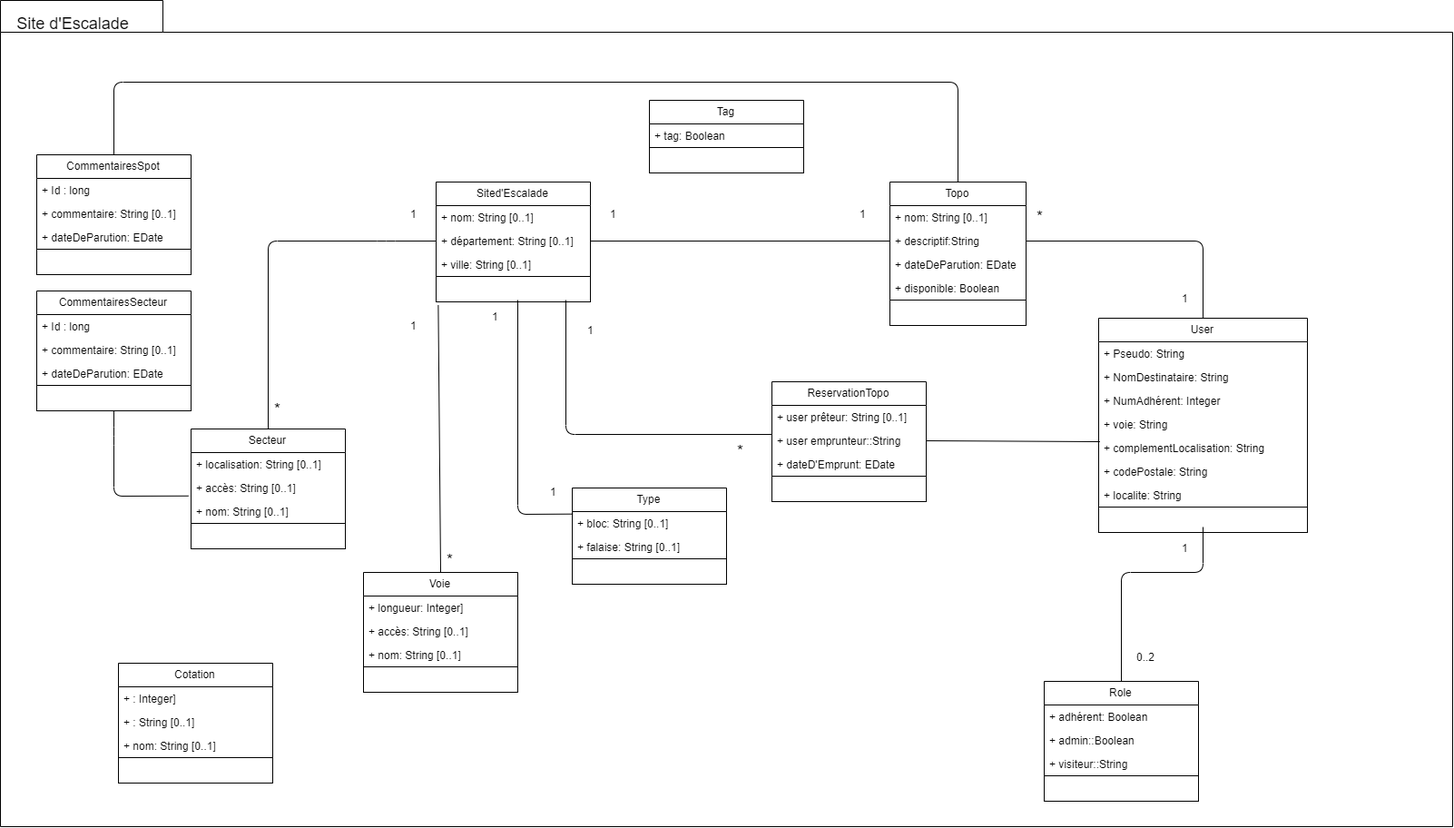
touil2019/projet6 keeps this draw.io diagram as Diagramme de classe projet 6.png. Above is the earlier version. Source tidied: cells renumbered, new cells last; positions are measured from the earlier drawing's top-left corner, leaving out a move shared by most shapes.
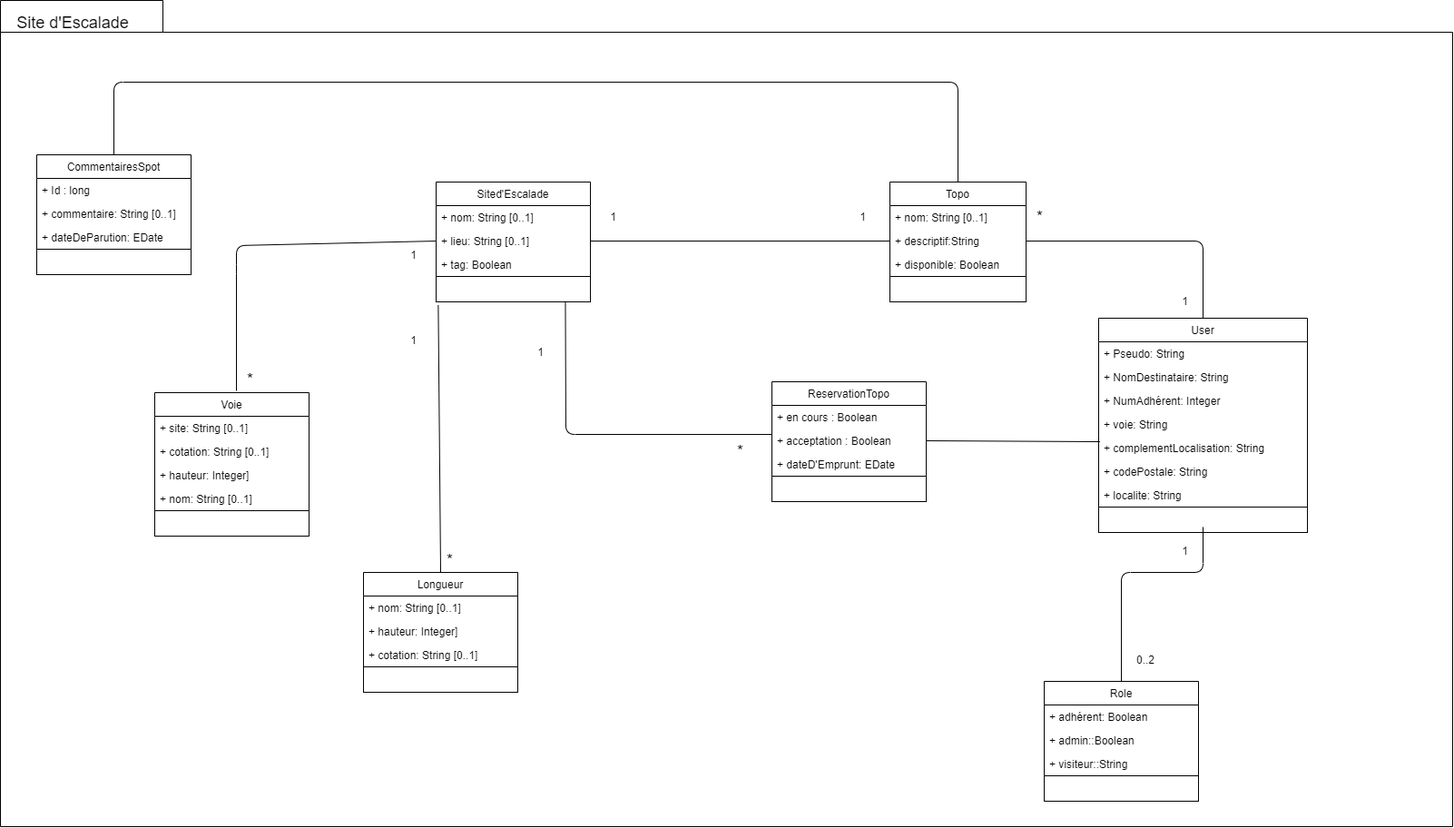
After the commit.

What changed in the source:
```diff
@@ -8,3 +8,3 @@
     <mxCell id="3" value="Topo" style="swimlane;fontStyle=0;horizontal=1;startSize=26;fillColor=none;" parent="1" vertex="1">
-      <mxGeometry x="980" y="200" width="150" height="158" as="geometry" />
+      <mxGeometry x="980" y="200" width="150" height="132" as="geometry" />
     </mxCell>
@@ -16,10 +16,7 @@
     </mxCell>
-    <mxCell id="6" value="+ dateDeParution: EDate" style="text;strokeColor=none;fillColor=none;align=left;verticalAlign=top;spacingLeft=4;spacingRight=4;overflow=hidden;" parent="3" vertex="1">
-      <mxGeometry y="78" width="150" height="26" as="geometry" />
-    </mxCell>
     <mxCell id="7" value="+ disponible: Boolean" style="text;strokeColor=none;fillColor=none;align=left;verticalAlign=top;spacingLeft=4;spacingRight=4;overflow=hidden;" parent="3" vertex="1">
-      <mxGeometry y="104" width="150" height="26" as="geometry" />
+      <mxGeometry y="78" width="150" height="26" as="geometry" />
     </mxCell>
     <mxCell id="8" style="rounded=0;whiteSpace=wrap;html=1;" parent="3" vertex="1">
-      <mxGeometry y="130" width="150" height="28" as="geometry" />
+      <mxGeometry y="104" width="150" height="28" as="geometry" />
     </mxCell>
@@ -61,8 +58,8 @@
     </mxCell>
-    <mxCell id="21" value="+ département: String [0..1]" style="text;strokeColor=none;fillColor=none;align=left;verticalAlign=top;spacingLeft=4;spacingRight=4;overflow=hidden;points=[[0,0.5],[1,0.5]];portConstraint=eastwest;" parent="19" vertex="1">
-      <mxGeometry y="52" width="170" height="26" as="geometry" />
-    </mxCell>
-    <mxCell id="22" value="+ ville: String [0..1]" style="text;strokeColor=none;fillColor=none;align=left;verticalAlign=top;spacingLeft=4;spacingRight=4;overflow=hidden;points=[[0,0.5],[1,0.5]];portConstraint=eastwest;" parent="19" vertex="1">
-      <mxGeometry y="78" width="170" height="26" as="geometry" />
+    <mxCell id="22" value="+ lieu: String [0..1]" style="text;strokeColor=none;fillColor=none;align=left;verticalAlign=top;spacingLeft=4;spacingRight=4;overflow=hidden;points=[[0,0.5],[1,0.5]];portConstraint=eastwest;" parent="19" vertex="1">
+      <mxGeometry y="52" width="170" height="26" as="geometry" />
     </mxCell>
+    <mxCell id="88" value="+ tag: Boolean" style="text;strokeColor=none;fillColor=none;align=left;verticalAlign=top;spacingLeft=4;spacingRight=4;overflow=hidden;" parent="19" vertex="1">
+      <mxGeometry y="78" width="170" height="26" as="geometry" />
+    </mxCell>
     <mxCell id="23" style="rounded=0;whiteSpace=wrap;html=1;" parent="19" vertex="1">
@@ -73,8 +70,8 @@
     </mxCell>
-    <mxCell id="25" value="+ user prêteur: String [0..1]" style="text;strokeColor=none;fillColor=none;align=left;verticalAlign=top;spacingLeft=4;spacingRight=4;overflow=hidden;" parent="24" vertex="1">
+    <mxCell id="25" value="+ en cours : Boolean" style="text;strokeColor=none;fillColor=none;align=left;verticalAlign=top;spacingLeft=4;spacingRight=4;overflow=hidden;" parent="24" vertex="1">
       <mxGeometry y="26" width="170" height="26" as="geometry" />
     </mxCell>
-    <mxCell id="26" value="+ user emprunteur::String" style="text;strokeColor=none;fillColor=none;align=left;verticalAlign=top;spacingLeft=4;spacingRight=4;overflow=hidden;points=[[0,0.5],[1,0.5]];portConstraint=eastwest;" parent="24" vertex="1">
-      <mxGeometry y="52" width="170" height="26" as="geometry" />
-    </mxCell>
+    <mxCell id="90" value="+ acceptation : Boolean" style="text;strokeColor=none;fillColor=none;align=left;verticalAlign=top;spacingLeft=4;spacingRight=4;overflow=hidden;" parent="24" vertex="1">
+      <mxGeometry y="52" width="170" height="26" as="geometry" />
+    </mxCell>
     <mxCell id="27" value="+ dateD'Emprunt: EDate" style="text;strokeColor=none;fillColor=none;align=left;verticalAlign=top;spacingLeft=4;spacingRight=4;overflow=hidden;" parent="24" vertex="1">
@@ -85,29 +82,14 @@
     </mxCell>
-    <mxCell id="29" value="Secteur" style="swimlane;fontStyle=0;horizontal=1;startSize=26;fillColor=none;" parent="1" vertex="1">
-      <mxGeometry x="210" y="472" width="170" height="132" as="geometry" />
-    </mxCell>
-    <mxCell id="30" value="+ localisation: String [0..1]" style="text;strokeColor=none;fillColor=none;align=left;verticalAlign=top;spacingLeft=4;spacingRight=4;overflow=hidden;" parent="29" vertex="1">
-      <mxGeometry y="26" width="170" height="26" as="geometry" />
-    </mxCell>
-    <mxCell id="31" value="+ accès: String [0..1]" style="text;strokeColor=none;fillColor=none;align=left;verticalAlign=top;spacingLeft=4;spacingRight=4;overflow=hidden;points=[[0,0.5],[1,0.5]];portConstraint=eastwest;" parent="29" vertex="1">
-      <mxGeometry y="52" width="170" height="26" as="geometry" />
-    </mxCell>
-    <mxCell id="32" value="+ nom: String [0..1]" style="text;strokeColor=none;fillColor=none;align=left;verticalAlign=top;spacingLeft=4;spacingRight=4;overflow=hidden;" parent="29" vertex="1">
-      <mxGeometry y="78" width="170" height="26" as="geometry" />
-    </mxCell>
-    <mxCell id="33" style="rounded=0;whiteSpace=wrap;html=1;" parent="29" vertex="1">
-      <mxGeometry y="104" width="170" height="28" as="geometry" />
-    </mxCell>
-    <mxCell id="34" value="Voie" style="swimlane;fontStyle=0;horizontal=1;startSize=26;fillColor=none;" parent="1" vertex="1">
+    <mxCell id="34" value="Longueur" style="swimlane;fontStyle=0;horizontal=1;startSize=26;fillColor=none;" parent="1" vertex="1">
       <mxGeometry x="400" y="630" width="170" height="132" as="geometry" />
     </mxCell>
-    <mxCell id="35" value="+ longueur: Integer]" style="text;strokeColor=none;fillColor=none;align=left;verticalAlign=top;spacingLeft=4;spacingRight=4;overflow=hidden;" parent="34" vertex="1">
-      <mxGeometry y="26" width="170" height="26" as="geometry" />
-    </mxCell>
+    <mxCell id="37" value="+ nom: String [0..1]" style="text;strokeColor=none;fillColor=none;align=left;verticalAlign=top;spacingLeft=4;spacingRight=4;overflow=hidden;" parent="34" vertex="1">
+      <mxGeometry y="26" width="170" height="26" as="geometry" />
+    </mxCell>
+    <mxCell id="91" value="+ hauteur: Integer]" style="text;strokeColor=none;fillColor=none;align=left;verticalAlign=top;spacingLeft=4;spacingRight=4;overflow=hidden;" parent="34" vertex="1">
+      <mxGeometry y="52" width="170" height="26" as="geometry" />
+    </mxCell>
-    <mxCell id="36" value="+ accès: String [0..1]" style="text;strokeColor=none;fillColor=none;align=left;verticalAlign=top;spacingLeft=4;spacingRight=4;overflow=hidden;" parent="34" vertex="1">
-      <mxGeometry y="52" width="170" height="26" as="geometry" />
+    <mxCell id="36" value="+ cotation: String [0..1]" style="text;strokeColor=none;fillColor=none;align=left;verticalAlign=top;spacingLeft=4;spacingRight=4;overflow=hidden;" parent="34" vertex="1">
+      <mxGeometry y="78" width="170" height="26" as="geometry" />
     </mxCell>
-    <mxCell id="37" value="+ nom: String [0..1]" style="text;strokeColor=none;fillColor=none;align=left;verticalAlign=top;spacingLeft=4;spacingRight=4;overflow=hidden;" parent="34" vertex="1">
-      <mxGeometry y="78" width="170" height="26" as="geometry" />
-    </mxCell>
     <mxCell id="38" style="rounded=0;whiteSpace=wrap;html=1;" parent="34" vertex="1">
@@ -115,35 +97,9 @@
     </mxCell>
-    <mxCell id="39" value="Type" style="swimlane;fontStyle=0;horizontal=1;startSize=26;fillColor=none;" parent="1" vertex="1">
-      <mxGeometry x="630" y="537" width="170" height="106" as="geometry" />
-    </mxCell>
-    <mxCell id="40" value="+ bloc: String [0..1]" style="text;strokeColor=none;fillColor=none;align=left;verticalAlign=top;spacingLeft=4;spacingRight=4;overflow=hidden;points=[[0,0.5],[1,0.5]];portConstraint=eastwest;" parent="39" vertex="1">
-      <mxGeometry y="26" width="170" height="26" as="geometry" />
-    </mxCell>
-    <mxCell id="41" value="+ falaise: String [0..1]" style="text;strokeColor=none;fillColor=none;align=left;verticalAlign=top;spacingLeft=4;spacingRight=4;overflow=hidden;" parent="39" vertex="1">
-      <mxGeometry y="52" width="170" height="26" as="geometry" />
-    </mxCell>
-    <mxCell id="42" style="rounded=0;whiteSpace=wrap;html=1;" parent="39" vertex="1">
-      <mxGeometry y="78" width="170" height="28" as="geometry" />
-    </mxCell>
-    <mxCell id="43" style="endArrow=none;html=1;entryX=0.004;entryY=0.103;entryDx=0;entryDy=0;entryPerimeter=0;" parent="1" edge="1" target="40">
-      <mxGeometry relative="1" as="geometry">
-        <mxPoint x="570" y="330" as="sourcePoint" />
-        <Array as="points">
-          <mxPoint x="570" y="566" />
-        </Array>
-      </mxGeometry>
-    </mxCell>
-    <mxCell id="44" style="endArrow=none;html=1;entryX=0.5;entryY=0;entryDx=0;entryDy=0;exitX=0.014;exitY=1.133;exitDx=0;exitDy=0;exitPerimeter=0;" parent="1" edge="1" source="23" target="34">
+    <mxCell id="44" style="endArrow=none;html=1;exitX=0.014;exitY=1.133;exitDx=0;exitDy=0;exitPerimeter=0;entryX=0.5;entryY=0;entryDx=0;entryDy=0;" parent="1" edge="1" source="23" target="34">
       <mxGeometry relative="1" as="geometry" />
     </mxCell>
-    <mxCell id="45" style="endArrow=none;html=1;entryX=0.5;entryY=0;entryDx=0;entryDy=0;exitX=0;exitY=0.5;exitDx=0;exitDy=0;" parent="1" edge="1" source="21" target="29">
-      <mxGeometry relative="1" as="geometry">
-        <Array as="points">
-          <mxPoint x="425" y="265" />
-          <mxPoint x="295" y="265" />
-        </Array>
-      </mxGeometry>
-    </mxCell>
-    <mxCell id="46" style="endArrow=none;html=1;entryX=0;entryY=0.5;entryDx=0;entryDy=0;exitX=1;exitY=0.5;exitDx=0;exitDy=0;" parent="1" edge="1" source="21" target="5">
-      <mxGeometry relative="1" as="geometry" />
+    <mxCell id="46" style="endArrow=none;html=1;entryX=0;entryY=0.5;entryDx=0;entryDy=0;exitX=1;exitY=0.5;exitDx=0;exitDy=0;" parent="1" edge="1" target="5">
+      <mxGeometry relative="1" as="geometry">
+        <mxPoint x="650" y="265" as="sourcePoint" />
+      </mxGeometry>
     </mxCell>
@@ -156,5 +112,5 @@
     </mxCell>
-    <mxCell id="48" style="endArrow=none;html=1;entryX=0;entryY=0.231;entryDx=0;entryDy=0;entryPerimeter=0;" parent="1" edge="1" target="26">
+    <mxCell id="48" style="endArrow=none;html=1;entryX=0;entryY=0.231;entryDx=0;entryDy=0;entryPerimeter=0;exitX=0.838;exitY=0.98;exitDx=0;exitDy=0;exitPerimeter=0;" parent="1" edge="1" source="23">
       <mxGeometry relative="1" as="geometry">
-        <mxPoint x="623" y="330" as="sourcePoint" />
+        <mxPoint x="850" y="478" as="targetPoint" />
         <Array as="points">
@@ -164,4 +120,6 @@
     </mxCell>
-    <mxCell id="49" style="endArrow=none;html=1;exitX=1;exitY=0.5;exitDx=0;exitDy=0;entryX=0.006;entryY=1.231;entryDx=0;entryDy=0;entryPerimeter=0;" parent="1" edge="1" source="26" target="14">
-      <mxGeometry relative="1" as="geometry" />
+    <mxCell id="49" style="endArrow=none;html=1;exitX=1;exitY=0.5;exitDx=0;exitDy=0;entryX=0.006;entryY=1.231;entryDx=0;entryDy=0;entryPerimeter=0;" parent="1" edge="1" target="14">
+      <mxGeometry relative="1" as="geometry">
+        <mxPoint x="1020" y="485" as="sourcePoint" />
+      </mxGeometry>
     </mxCell>
@@ -171,6 +129,6 @@
     <mxCell id="51" value="1" style="text;html=1;align=center;" parent="1" vertex="1">
-      <mxGeometry x="440" y="222" width="30" height="30" as="geometry" />
+      <mxGeometry x="440" y="264" width="30" height="30" as="geometry" />
     </mxCell>
     <mxCell id="52" value="&lt;font style=&quot;font-size: 18px&quot;&gt;*&lt;/font&gt;" style="text;html=1;" parent="1" vertex="1">
-      <mxGeometry x="300" y="434" width="40" height="30" as="geometry" />
+      <mxGeometry x="270" y="401" width="40" height="30" as="geometry" />
     </mxCell>
@@ -210,9 +168,6 @@
     <mxCell id="62" value="1" style="text;html=1;align=center;" parent="1" vertex="1">
-      <mxGeometry x="440" y="345" width="30" height="30" as="geometry" />
+      <mxGeometry x="440" y="358" width="30" height="30" as="geometry" />
     </mxCell>
-    <mxCell id="63" value="1" style="text;html=1;align=center;" parent="1" vertex="1">
-      <mxGeometry x="530" y="335" width="30" height="30" as="geometry" />
-    </mxCell>
     <mxCell id="64" value="1" style="text;html=1;align=center;" parent="1" vertex="1">
-      <mxGeometry x="635" y="350" width="30" height="30" as="geometry" />
+      <mxGeometry x="579.6" y="371" width="30" height="30" as="geometry" />
     </mxCell>
@@ -224,5 +179,2 @@
     </mxCell>
-    <mxCell id="67" value="1" style="text;html=1;align=center;" parent="1" vertex="1">
-      <mxGeometry x="594.5" y="528" width="30" height="30" as="geometry" />
-    </mxCell>
     <mxCell id="68" value="1" style="text;html=1;align=center;" parent="1" vertex="1">
@@ -248,10 +200,2 @@
     </mxCell>
-    <mxCell id="75" style="endArrow=none;html=1;entryX=-0.017;entryY=0.837;entryDx=0;entryDy=0;exitX=0.5;exitY=1;exitDx=0;exitDy=0;entryPerimeter=0;" parent="1" edge="1" source="81" target="31">
-      <mxGeometry relative="1" as="geometry">
-        <Array as="points">
-          <mxPoint x="125" y="480" />
-          <mxPoint x="125" y="546" />
-        </Array>
-      </mxGeometry>
-    </mxCell>
     <mxCell id="76" style="endArrow=none;html=1;entryX=0.5;entryY=0;entryDx=0;entryDy=0;exitX=0.5;exitY=0;exitDx=0;exitDy=0;" parent="1" edge="1" source="3" target="70">
@@ -264,41 +208,29 @@
     </mxCell>
-    <mxCell id="77" value="CommentairesSecteur" style="swimlane;fontStyle=0;horizontal=1;startSize=26;fillColor=none;" parent="1" vertex="1">
-      <mxGeometry x="40" y="320" width="170" height="132" as="geometry" />
-    </mxCell>
-    <mxCell id="78" value="+ Id : long" style="text;strokeColor=none;fillColor=none;align=left;verticalAlign=top;spacingLeft=4;spacingRight=4;overflow=hidden;" parent="77" vertex="1">
-      <mxGeometry y="26" width="170" height="26" as="geometry" />
-    </mxCell>
-    <mxCell id="79" value="+ commentaire: String [0..1]" style="text;strokeColor=none;fillColor=none;align=left;verticalAlign=top;spacingLeft=4;spacingRight=4;overflow=hidden;" parent="77" vertex="1">
-      <mxGeometry y="52" width="170" height="26" as="geometry" />
-    </mxCell>
-    <mxCell id="80" value="+ dateDeParution: EDate" style="text;strokeColor=none;fillColor=none;align=left;verticalAlign=top;spacingLeft=4;spacingRight=4;overflow=hidden;" parent="77" vertex="1">
-      <mxGeometry y="78" width="170" height="26" as="geometry" />
-    </mxCell>
-    <mxCell id="81" style="rounded=0;whiteSpace=wrap;html=1;" parent="77" vertex="1">
-      <mxGeometry y="104" width="170" height="28" as="geometry" />
-    </mxCell>
-    <mxCell id="82" value="Cotation" style="swimlane;fontStyle=0;horizontal=1;startSize=26;fillColor=none;" parent="1" vertex="1">
-      <mxGeometry x="130" y="730" width="170" height="132" as="geometry" />
-    </mxCell>
-    <mxCell id="83" value="+ : Integer]" style="text;strokeColor=none;fillColor=none;align=left;verticalAlign=top;spacingLeft=4;spacingRight=4;overflow=hidden;" parent="82" vertex="1">
-      <mxGeometry y="26" width="170" height="26" as="geometry" />
-    </mxCell>
-    <mxCell id="84" value="+ : String [0..1]" style="text;strokeColor=none;fillColor=none;align=left;verticalAlign=top;spacingLeft=4;spacingRight=4;overflow=hidden;" parent="82" vertex="1">
-      <mxGeometry y="52" width="170" height="26" as="geometry" />
-    </mxCell>
-    <mxCell id="85" value="+ nom: String [0..1]" style="text;strokeColor=none;fillColor=none;align=left;verticalAlign=top;spacingLeft=4;spacingRight=4;overflow=hidden;" parent="82" vertex="1">
-      <mxGeometry y="78" width="170" height="26" as="geometry" />
-    </mxCell>
-    <mxCell id="86" style="rounded=0;whiteSpace=wrap;html=1;" parent="82" vertex="1">
-      <mxGeometry y="104" width="170" height="28" as="geometry" />
-    </mxCell>
-    <mxCell id="87" value="Tag" style="swimlane;fontStyle=0;horizontal=1;startSize=26;fillColor=none;" parent="1" vertex="1">
-      <mxGeometry x="715" y="110" width="170" height="80" as="geometry" />
-    </mxCell>
-    <mxCell id="88" value="+ tag: Boolean" style="text;strokeColor=none;fillColor=none;align=left;verticalAlign=top;spacingLeft=4;spacingRight=4;overflow=hidden;" parent="87" vertex="1">
-      <mxGeometry y="26" width="170" height="26" as="geometry" />
-    </mxCell>
-    <mxCell id="89" style="rounded=0;whiteSpace=wrap;html=1;" parent="87" vertex="1">
-      <mxGeometry y="52" width="170" height="28" as="geometry" />
-    </mxCell>
+    <mxCell id="92" value="Voie" style="swimlane;fontStyle=0;horizontal=1;startSize=26;fillColor=none;" parent="1" vertex="1">
+      <mxGeometry x="170" y="432" width="170" height="158" as="geometry" />
+    </mxCell>
+    <mxCell id="93" value="+ site: String [0..1]" style="text;strokeColor=none;fillColor=none;align=left;verticalAlign=top;spacingLeft=4;spacingRight=4;overflow=hidden;" parent="92" vertex="1">
+      <mxGeometry y="26" width="170" height="26" as="geometry" />
+    </mxCell>
+    <mxCell id="94" value="+ cotation: String [0..1]" style="text;strokeColor=none;fillColor=none;align=left;verticalAlign=top;spacingLeft=4;spacingRight=4;overflow=hidden;" parent="92" vertex="1">
+      <mxGeometry y="52" width="170" height="26" as="geometry" />
+    </mxCell>
+    <mxCell id="95" value="+ hauteur: Integer]" style="text;strokeColor=none;fillColor=none;align=left;verticalAlign=top;spacingLeft=4;spacingRight=4;overflow=hidden;" parent="92" vertex="1">
+      <mxGeometry y="78" width="170" height="26" as="geometry" />
+    </mxCell>
+    <mxCell id="96" value="+ nom: String [0..1]" style="text;strokeColor=none;fillColor=none;align=left;verticalAlign=top;spacingLeft=4;spacingRight=4;overflow=hidden;" parent="92" vertex="1">
+      <mxGeometry y="104" width="170" height="26" as="geometry" />
+    </mxCell>
+    <mxCell id="97" style="rounded=0;whiteSpace=wrap;html=1;" parent="92" vertex="1">
+      <mxGeometry y="130" width="170" height="28" as="geometry" />
+    </mxCell>
+    <mxCell id="98" style="endArrow=none;html=1;exitX=0;exitY=0.5;exitDx=0;exitDy=0;" parent="1" edge="1" source="22">
+      <mxGeometry relative="1" as="geometry">
+        <mxPoint x="260" y="430" as="targetPoint" />
+        <Array as="points">
+          <mxPoint x="260" y="270" />
+          <mxPoint x="260" y="291" />
+        </Array>
+      </mxGeometry>
+    </mxCell>
   </root>
```
